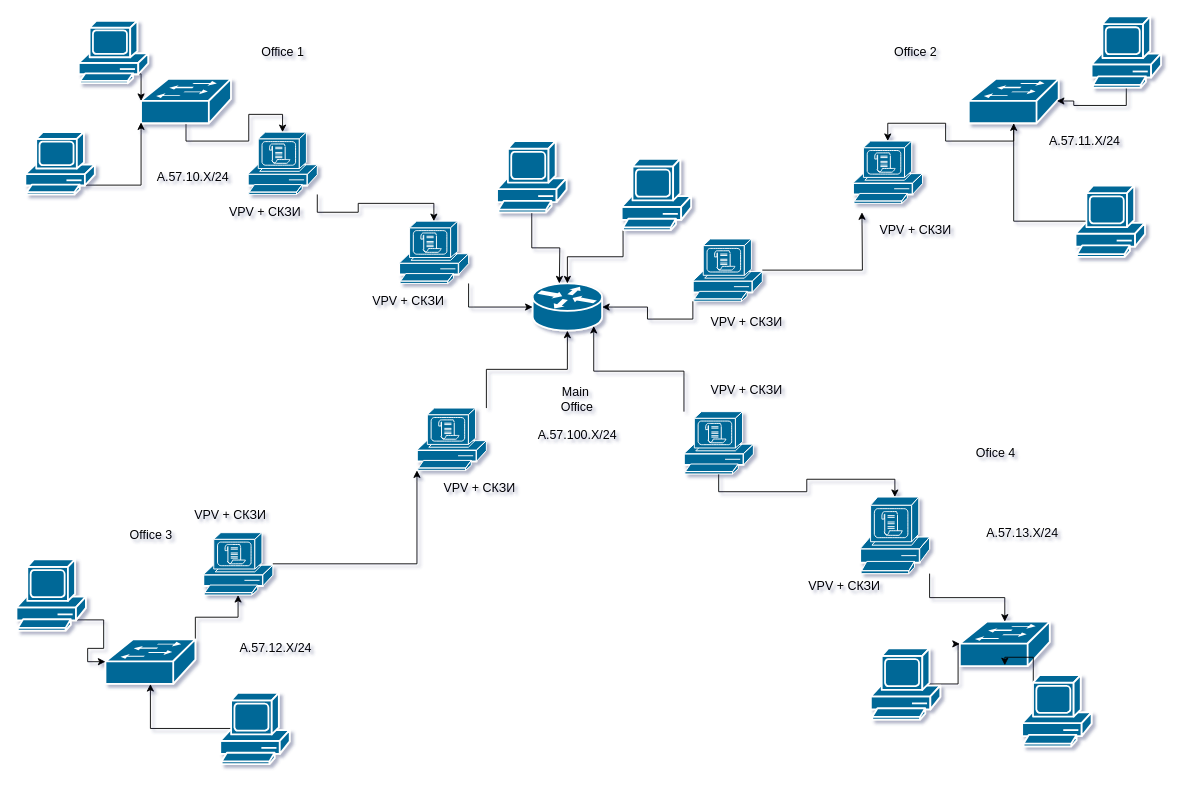
Earlier version of the draw.io diagram probe1.drawio (davydoffserge/devops_netology). Source tidied: cells renumbered, new cells numbered last; positions are measured from the earlier drawing's top-left corner, leaving out a move shared by most shapes. Both pictures are drawn from the tidied source at 89%, with x=0, y=0 at pixel (16, 16).
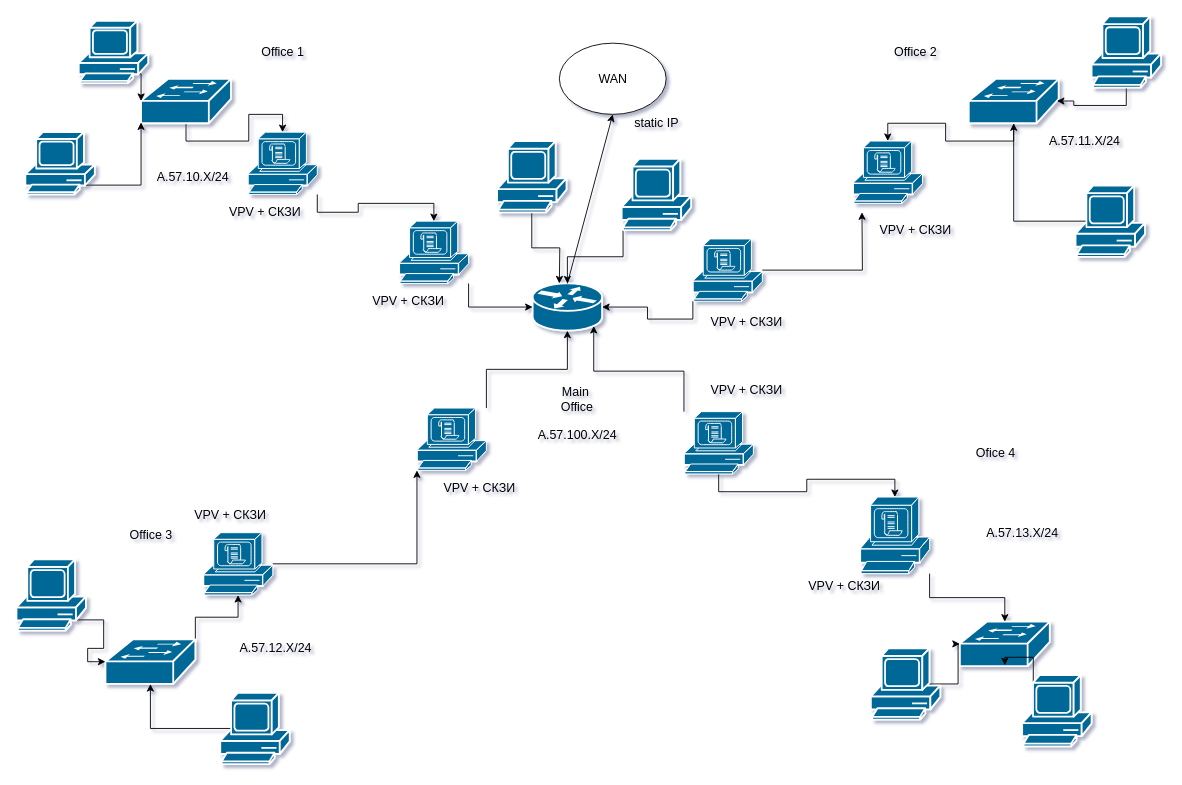
The same page after the edit.

The change refers to these unchanged cells:
```xml
<mxCell id="2" style="shape=mxgraph.cisco.routers.router;sketch=0;html=1;dashed=0;fillColor=#036897;strokeColor=#ffffff;strokeWidth=2;verticalLabelPosition=bottom;verticalAlign=top;align=center;outlineConnect=0;" parent="1" vertex="1">
  <mxGeometry x="580" y="300" width="78" height="53" as="geometry" />
</mxCell>
```

What changed in the source:
```diff
@@
+    <mxCell id="65" style="ellipse;whiteSpace=wrap;html=1;" parent="1" vertex="1">
+      <mxGeometry x="610" y="30" width="120" height="80" as="geometry" />
+    </mxCell>
+    <mxCell id="66" style="endArrow=classic;html=1;rounded=0;exitX=0.5;exitY=0;exitDx=0;exitDy=0;exitPerimeter=0;entryX=0.5;entryY=1;entryDx=0;entryDy=0;" parent="1" edge="1" source="2" target="65">
+      <mxGeometry relative="1" as="geometry" />
+    </mxCell>
+    <mxCell id="67" value="&lt;font style=&quot;font-size: 14px&quot;&gt;WAN&lt;/font&gt;" style="text;html=1;align=center;verticalAlign=middle;fillColor=none;strokeColor=none;rounded=0;" parent="1" vertex="1">
+      <mxGeometry x="645" y="60" width="50" height="20" as="geometry" />
+    </mxCell>
+    <mxCell id="68" value="&lt;span style=&quot;font-size: 14px&quot;&gt;static IP&lt;/span&gt;" style="text;html=1;align=center;verticalAlign=middle;fillColor=none;strokeColor=none;rounded=0;" parent="1" vertex="1">
+      <mxGeometry x="684" y="110" width="70" height="20" as="geometry" />
+    </mxCell>
```
